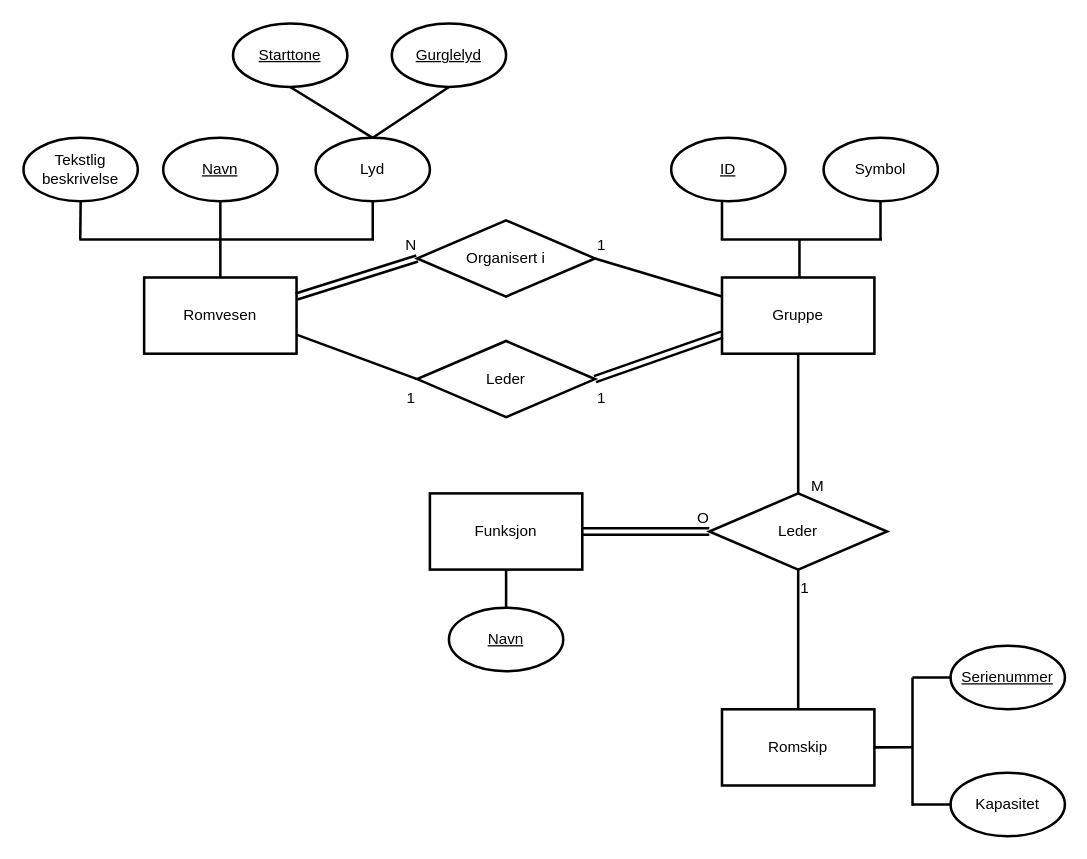
nicholasuribarri/in2090oblig2 keeps this draw.io diagram as oppg3.drawio. Above is the earlier version. Source tidied: cells renumbered, new cells numbered last; positions are measured from the earlier drawing's top-left corner, leaving out a move shared by most shapes. Both pictures are drawn from the tidied source at 127%, with x=0, y=0 at pixel (23, 23).
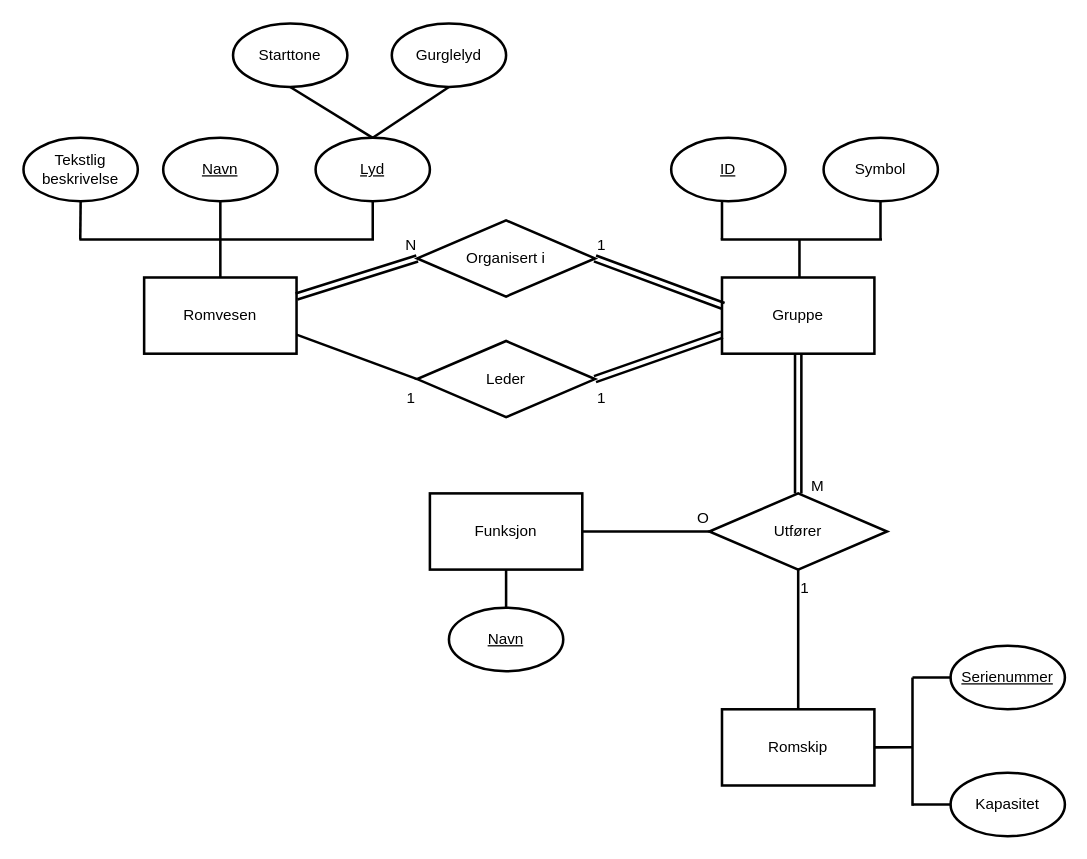
After the change.

The change refers to these unchanged cells:
```xml
<mxCell id="3" value="&lt;span style=&quot;color: light-dark(rgb(0, 0, 0), rgb(0, 0, 0));&quot;&gt;Gruppe&lt;/span&gt;" style="rounded=0;whiteSpace=wrap;html=1;fillColor=none;strokeColor=light-dark(#000000,#000000);strokeWidth=2;fillStyle=auto;gradientColor=none;gradientDirection=north;" parent="1" vertex="1">
  <mxGeometry x="550" y="200" width="120" height="60" as="geometry" />
</mxCell>
<mxCell id="16" value="&lt;span style=&quot;color: light-dark(rgb(0, 0, 0), rgb(0, 0, 0));&quot;&gt;Organisert i&lt;/span&gt;" style="rhombus;whiteSpace=wrap;html=1;rounded=0;fillStyle=auto;strokeColor=light-dark(#000000,#000000);strokeWidth=2;align=center;verticalAlign=middle;fontFamily=Helvetica;fontSize=12;fontColor=default;labelBackgroundColor=none;fillColor=none;gradientColor=none;gradientDirection=north;" parent="1" vertex="1">
  <mxGeometry x="310" y="155" width="140" height="60" as="geometry" />
</mxCell>
<mxCell id="32" value="&lt;span style=&quot;color: light-dark(rgb(0, 0, 0), rgb(0, 0, 0));&quot;&gt;Funksjon&lt;/span&gt;" style="rounded=0;whiteSpace=wrap;html=1;fillColor=none;strokeColor=light-dark(#000000,#000000);strokeWidth=2;fillStyle=auto;gradientColor=none;gradientDirection=north;" parent="1" vertex="1">
  <mxGeometry x="320" y="370" width="120" height="60" as="geometry" />
</mxCell>
```

Diff of the diagram source:
```diff
@@
-    <mxCell id="4" value="&lt;span style=&quot;caret-color: rgb(0, 0, 0); color: light-dark(rgb(0, 0, 0), rgb(0, 0, 0));&quot;&gt;Lyd&lt;/span&gt;" style="ellipse;whiteSpace=wrap;html=1;rounded=0;fillStyle=auto;strokeColor=light-dark(#000000,#000000);strokeWidth=2;align=center;verticalAlign=middle;fontFamily=Helvetica;fontSize=12;fontColor=default;fillColor=none;gradientColor=none;gradientDirection=north;" parent="1" vertex="1">
+    <mxCell id="4" value="&lt;span style=&quot;caret-color: rgb(0, 0, 0); color: light-dark(rgb(0, 0, 0), rgb(0, 0, 0));&quot;&gt;&lt;u&gt;Lyd&lt;/u&gt;&lt;/span&gt;" style="ellipse;whiteSpace=wrap;html=1;rounded=0;fillStyle=auto;strokeColor=light-dark(#000000,#000000);strokeWidth=2;align=center;verticalAlign=middle;fontFamily=Helvetica;fontSize=12;fontColor=default;fillColor=none;gradientColor=none;gradientDirection=north;" parent="1" vertex="1">
       <mxGeometry x="230" y="90" width="90" height="50" as="geometry" />
     </mxCell>
@@
-    <mxCell id="6" value="&lt;span style=&quot;color: light-dark(rgb(0, 0, 0), rgb(0, 0, 0));&quot;&gt;&lt;u&gt;Starttone&lt;/u&gt;&lt;/span&gt;" style="ellipse;whiteSpace=wrap;html=1;rounded=0;fillStyle=auto;strokeColor=light-dark(#000000,#000000);strokeWidth=2;align=center;verticalAlign=middle;fontFamily=Helvetica;fontSize=12;fontColor=default;fillColor=none;gradientColor=none;gradientDirection=north;" parent="1" vertex="1">
+    <mxCell id="6" value="&lt;span style=&quot;color: light-dark(rgb(0, 0, 0), rgb(0, 0, 0));&quot;&gt;Starttone&lt;/span&gt;" style="ellipse;whiteSpace=wrap;html=1;rounded=0;fillStyle=auto;strokeColor=light-dark(#000000,#000000);strokeWidth=2;align=center;verticalAlign=middle;fontFamily=Helvetica;fontSize=12;fontColor=default;fillColor=none;gradientColor=none;gradientDirection=north;" parent="1" vertex="1">
       <mxGeometry x="165" width="90" height="50" as="geometry" />
     </mxCell>
-    <mxCell id="7" value="&lt;span style=&quot;color: light-dark(rgb(0, 0, 0), rgb(0, 0, 0));&quot;&gt;&lt;u&gt;Gurglelyd&lt;/u&gt;&lt;/span&gt;" style="ellipse;whiteSpace=wrap;html=1;rounded=0;fillStyle=auto;strokeColor=light-dark(#000000,#000000);strokeWidth=2;align=center;verticalAlign=middle;fontFamily=Helvetica;fontSize=12;fontColor=default;fillColor=none;gradientColor=none;gradientDirection=north;" parent="1" vertex="1">
+    <mxCell id="7" value="&lt;span style=&quot;color: light-dark(rgb(0, 0, 0), rgb(0, 0, 0));&quot;&gt;Gurglelyd&lt;/span&gt;" style="ellipse;whiteSpace=wrap;html=1;rounded=0;fillStyle=auto;strokeColor=light-dark(#000000,#000000);strokeWidth=2;align=center;verticalAlign=middle;fontFamily=Helvetica;fontSize=12;fontColor=default;fillColor=none;gradientColor=none;gradientDirection=north;" parent="1" vertex="1">
       <mxGeometry x="290" width="90" height="50" as="geometry" />
     </mxCell>
@@
-    <mxCell id="17" style="endArrow=none;html=1;rounded=0;fontFamily=Helvetica;fontSize=12;fontColor=default;strokeColor=light-dark(#000000,#000000);strokeWidth=2;exitX=1;exitY=0.5;exitDx=0;exitDy=0;entryX=0;entryY=0.25;entryDx=0;entryDy=0;" parent="1" edge="1" source="16" target="3">
-      <mxGeometry relative="1" as="geometry" />
-    </mxCell>
@@
-    <mxCell id="28" value="&lt;span style=&quot;color: light-dark(rgb(0, 0, 0), rgb(0, 0, 0));&quot;&gt;Leder&lt;/span&gt;" style="rhombus;whiteSpace=wrap;html=1;rounded=0;fillStyle=auto;strokeColor=light-dark(#000000,#000000);strokeWidth=2;align=center;verticalAlign=middle;fontFamily=Helvetica;fontSize=12;fontColor=default;labelBackgroundColor=none;fillColor=none;gradientColor=none;gradientDirection=north;" parent="1" vertex="1">
+    <mxCell id="28" value="&lt;span style=&quot;color: light-dark(rgb(0, 0, 0), rgb(0, 0, 0));&quot;&gt;Utfører&lt;/span&gt;" style="rhombus;whiteSpace=wrap;html=1;rounded=0;fillStyle=auto;strokeColor=light-dark(#000000,#000000);strokeWidth=2;align=center;verticalAlign=middle;fontFamily=Helvetica;fontSize=12;fontColor=default;labelBackgroundColor=none;fillColor=none;gradientColor=none;gradientDirection=north;" parent="1" vertex="1">
       <mxGeometry x="540" y="370" width="140" height="60" as="geometry" />
     </mxCell>
@@
-    <mxCell id="39" style="endArrow=none;html=1;rounded=0;fontFamily=Helvetica;fontSize=12;fontColor=default;strokeColor=light-dark(#000000,#000000);strokeWidth=2;exitX=0.5;exitY=1;exitDx=0;exitDy=0;entryX=0.5;entryY=0;entryDx=0;entryDy=0;" parent="1" edge="1" source="3" target="28">
-      <mxGeometry relative="1" as="geometry" />
-    </mxCell>
@@
-    <mxCell id="45" style="shape=link;html=1;rounded=0;strokeColor=light-dark(#000000,#000000);strokeWidth=2;align=center;verticalAlign=middle;fontFamily=Helvetica;fontSize=12;fontColor=light-dark(#000000,#000000);labelBackgroundColor=none;endArrow=none;entryX=0;entryY=0.5;entryDx=0;entryDy=0;exitX=1;exitY=0.5;exitDx=0;exitDy=0;" parent="1" edge="1" source="32" target="28">
-      <mxGeometry relative="1" as="geometry" />
-    </mxCell>
@@
+    <mxCell id="17" style="shape=link;html=1;rounded=0;strokeColor=light-dark(#000000,#000000);strokeWidth=2;align=center;verticalAlign=middle;fontFamily=Helvetica;fontSize=12;fontColor=light-dark(#000000,#000000);labelBackgroundColor=none;endArrow=none;exitX=1;exitY=0.5;exitDx=0;exitDy=0;entryX=0.01;entryY=0.374;entryDx=0;entryDy=0;entryPerimeter=0;" parent="1" edge="1" source="16" target="3">
+      <mxGeometry relative="1" as="geometry" />
+    </mxCell>
+    <mxCell id="39" style="shape=link;html=1;rounded=0;strokeColor=light-dark(#000000,#000000);strokeWidth=2;align=center;verticalAlign=middle;fontFamily=Helvetica;fontSize=12;fontColor=light-dark(#000000,#000000);labelBackgroundColor=none;endArrow=none;exitX=0.5;exitY=1;exitDx=0;exitDy=0;" parent="1" edge="1" source="3" target="28">
+      <mxGeometry relative="1" as="geometry" />
+    </mxCell>
+    <mxCell id="45" style="endArrow=none;html=1;rounded=0;fontFamily=Helvetica;fontSize=12;fontColor=default;strokeColor=light-dark(#000000,#000000);strokeWidth=2;exitX=1;exitY=0.5;exitDx=0;exitDy=0;" parent="1" edge="1" source="32" target="28">
+      <mxGeometry relative="1" as="geometry" />
+    </mxCell>
```
